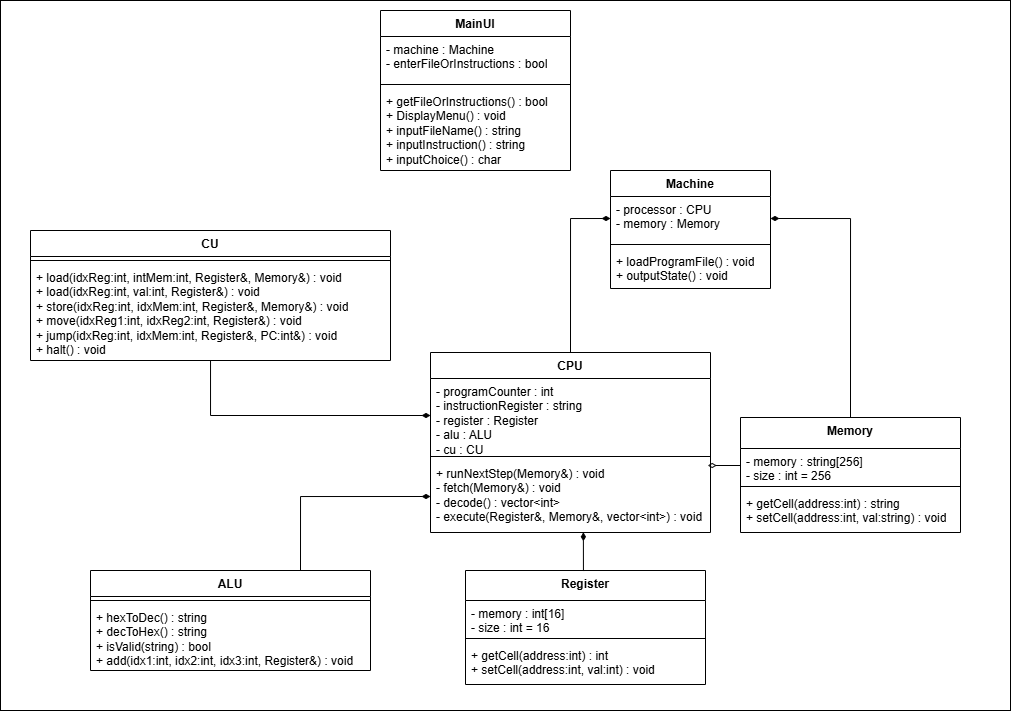
Earlier version of the draw.io export VoleMachineUMLClassDiagram.png (mohamedtarikz/VoleMachineSim). Source tidied: cells renumbered, new cells last; positions are measured from the earlier drawing's top-left corner, leaving out a move shared by most shapes.
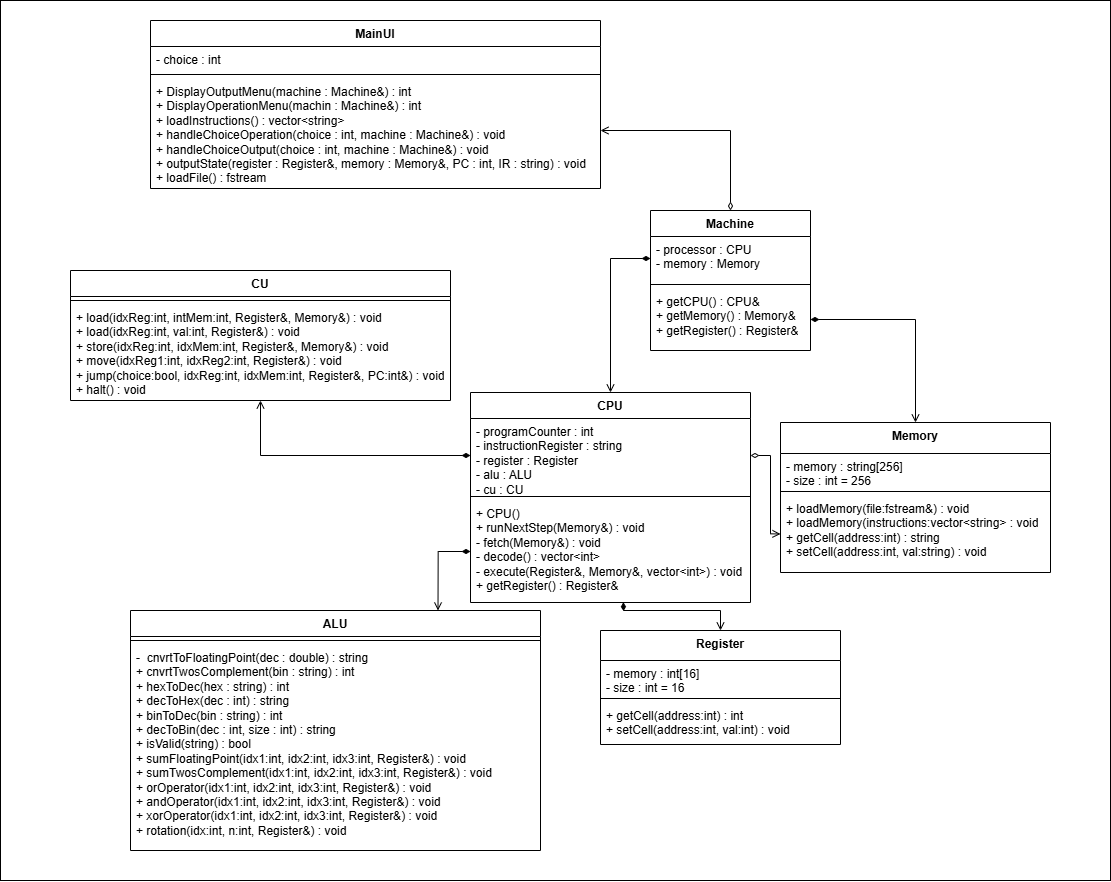
After the change.

Commit message:
UML Design - UPDATED

What changed in the source:
```diff
@@ -3,10 +3,10 @@
     <mxCell id="0" />
     <mxCell id="1" parent="0" />
     <mxCell id="2" style="whiteSpace=wrap;html=1;" parent="1" vertex="1">
-      <mxGeometry width="1010" height="710" as="geometry" />
+      <mxGeometry x="-40" y="-40" width="1110" height="880" as="geometry" />
     </mxCell>
     <mxCell id="3" value="CPU" style="swimlane;fontStyle=1;align=center;verticalAlign=top;horizontal=1;startSize=26;whiteSpace=wrap;html=1;" parent="1" vertex="1">
-      <mxGeometry x="430" y="352" width="280" height="180" as="geometry" />
+      <mxGeometry x="430" y="352" width="280" height="210" as="geometry" />
     </mxCell>
     <mxCell id="4" value="- programCounter : int&lt;div&gt;- instructionRegister : string&lt;br&gt;&lt;div&gt;- register : Register&lt;/div&gt;&lt;/div&gt;&lt;div&gt;- alu : ALU&lt;/div&gt;&lt;div&gt;- cu : CU&lt;/div&gt;" style="text;strokeColor=none;fillColor=none;align=left;verticalAlign=top;spacingLeft=4;spacingRight=4;overflow=hidden;points=[[0,0.5],[1,0.5]];portConstraint=eastwest;whiteSpace=wrap;html=1;" parent="3" vertex="1">
       <mxGeometry y="26" width="280" height="74" as="geometry" />
@@ -14,10 +14,10 @@
     <mxCell id="5" style="line;strokeWidth=1;fillColor=none;align=left;verticalAlign=middle;spacingTop=-1;spacingLeft=3;spacingRight=3;labelPosition=right;strokeColor=inherit;" parent="3" vertex="1">
       <mxGeometry y="100" width="280" height="8" as="geometry" />
     </mxCell>
-    <mxCell id="6" value="+ runNextStep(Memory&amp;amp;) : void&lt;div&gt;- fetch(Memory&amp;amp;) : void&lt;/div&gt;&lt;div&gt;- decode() : vector&amp;lt;int&amp;gt;&lt;/div&gt;&lt;div&gt;- execute(Register&amp;amp;, Memory&amp;amp;, vector&amp;lt;int&amp;gt;) : void&lt;/div&gt;" style="text;strokeColor=none;fillColor=none;align=left;verticalAlign=top;spacingLeft=4;spacingRight=4;overflow=hidden;points=[[0,0.5],[1,0.5]];portConstraint=eastwest;whiteSpace=wrap;html=1;" parent="3" vertex="1">
-      <mxGeometry y="108" width="280" height="72" as="geometry" />
+    <mxCell id="6" value="&lt;div&gt;+ CPU()&lt;/div&gt;+ runNextStep(Memory&amp;amp;) : void&lt;div&gt;- fetch(Memory&amp;amp;) : void&lt;/div&gt;&lt;div&gt;- decode() : vector&amp;lt;int&amp;gt;&lt;/div&gt;&lt;div&gt;- execute(Register&amp;amp;, Memory&amp;amp;, vector&amp;lt;int&amp;gt;) : void&lt;/div&gt;&lt;div&gt;+ getRegister() : Register&amp;amp;&lt;/div&gt;" style="text;strokeColor=none;fillColor=none;align=left;verticalAlign=top;spacingLeft=4;spacingRight=4;overflow=hidden;points=[[0,0.5],[1,0.5]];portConstraint=eastwest;whiteSpace=wrap;html=1;" parent="3" vertex="1">
+      <mxGeometry y="108" width="280" height="102" as="geometry" />
     </mxCell>
-    <mxCell id="7" style="edgeStyle=orthogonalEdgeStyle;rounded=0;jettySize=auto;html=1;exitX=0.5;exitY=0;exitDx=0;exitDy=0;entryX=0;entryY=0.5;entryDx=0;entryDy=0;endArrow=diamondThin;endFill=1;" parent="1" edge="1" source="3" target="26">
+    <mxCell id="7" style="edgeStyle=orthogonalEdgeStyle;rounded=0;jettySize=auto;html=1;exitX=0.5;exitY=0;exitDx=0;exitDy=0;entryX=0;entryY=0.5;entryDx=0;entryDy=0;endArrow=diamondThin;endFill=1;startArrow=open;startFill=0;" parent="1" edge="1" source="3" target="26">
       <mxGeometry relative="1" as="geometry">
         <Array as="points">
           <mxPoint x="570" y="352" />
@@ -25,27 +25,23 @@
         </Array>
       </mxGeometry>
     </mxCell>
-    <mxCell id="8" style="edgeStyle=orthogonalEdgeStyle;rounded=0;jettySize=auto;html=1;exitX=0.5;exitY=0;exitDx=0;exitDy=0;endArrow=diamondThin;endFill=1;entryX=1;entryY=0.5;entryDx=0;entryDy=0;" parent="1" edge="1" source="9" target="26">
-      <mxGeometry relative="1" as="geometry">
-        <Array as="points">
-          <mxPoint x="850" y="218" />
-        </Array>
-      </mxGeometry>
-    </mxCell>
+    <mxCell id="35" style="edgeStyle=orthogonalEdgeStyle;rounded=0;jettySize=auto;html=1;entryX=1;entryY=0.5;entryDx=0;entryDy=0;endArrow=diamondThin;endFill=1;startArrow=open;startFill=0;" parent="1" edge="1" source="9" target="28">
+      <mxGeometry relative="1" as="geometry" />
+    </mxCell>
     <mxCell id="9" value="Memory" style="swimlane;fontStyle=1;align=center;verticalAlign=top;horizontal=1;startSize=31;whiteSpace=wrap;html=1;" parent="1" vertex="1">
-      <mxGeometry x="740" y="417" width="220" height="115" as="geometry" />
+      <mxGeometry x="740" y="382" width="270" height="150" as="geometry" />
     </mxCell>
     <mxCell id="10" value="- memory : string[256]&lt;div&gt;- size : int = 256&lt;/div&gt;" style="text;strokeColor=none;fillColor=none;align=left;verticalAlign=top;spacingLeft=4;spacingRight=4;overflow=hidden;points=[[0,0.5],[1,0.5]];portConstraint=eastwest;whiteSpace=wrap;html=1;" parent="9" vertex="1">
-      <mxGeometry y="31" width="220" height="34" as="geometry" />
+      <mxGeometry y="31" width="270" height="34" as="geometry" />
     </mxCell>
     <mxCell id="11" style="line;strokeWidth=1;fillColor=none;align=left;verticalAlign=middle;spacingTop=-1;spacingLeft=3;spacingRight=3;labelPosition=right;strokeColor=inherit;" parent="9" vertex="1">
-      <mxGeometry y="65" width="220" height="8" as="geometry" />
+      <mxGeometry y="65" width="270" height="8" as="geometry" />
     </mxCell>
-    <mxCell id="12" value="+ getCell(address:int) : string&lt;div&gt;+ setCell(address:int, val:string) : void&lt;/div&gt;" style="text;strokeColor=none;fillColor=none;align=left;verticalAlign=top;spacingLeft=4;spacingRight=4;overflow=hidden;points=[[0,0.5],[1,0.5]];portConstraint=eastwest;whiteSpace=wrap;html=1;" parent="9" vertex="1">
-      <mxGeometry y="73" width="220" height="42" as="geometry" />
+    <mxCell id="12" value="&lt;div&gt;+ loadMemory(file:fstream&amp;amp;) : void&lt;/div&gt;&lt;div&gt;+ loadMemory(instructions:vector&amp;lt;string&amp;gt; : void&lt;/div&gt;+ getCell(address:int) : string&lt;div&gt;+ setCell(address:int, val:string) : void&lt;/div&gt;" style="text;strokeColor=none;fillColor=none;align=left;verticalAlign=top;spacingLeft=4;spacingRight=4;overflow=hidden;points=[[0,0.5],[1,0.5]];portConstraint=eastwest;whiteSpace=wrap;html=1;" parent="9" vertex="1">
+      <mxGeometry y="73" width="270" height="77" as="geometry" />
     </mxCell>
     <mxCell id="13" value="Register" style="swimlane;fontStyle=1;align=center;verticalAlign=top;horizontal=1;startSize=30;whiteSpace=wrap;html=1;" parent="1" vertex="1">
-      <mxGeometry x="465" y="570" width="240" height="114" as="geometry" />
+      <mxGeometry x="560" y="590" width="240" height="114" as="geometry" />
     </mxCell>
     <mxCell id="14" value="- memory : int[16]&lt;div&gt;- size : int = 16&lt;/div&gt;" style="text;strokeColor=none;fillColor=none;align=left;verticalAlign=top;spacingLeft=4;spacingRight=4;overflow=hidden;whiteSpace=wrap;html=1;" parent="13" vertex="1">
       <mxGeometry y="30" width="240" height="34" as="geometry" />
@@ -56,32 +52,32 @@
     <mxCell id="16" value="+ getCell(address:int) : int&lt;div&gt;+ setCell(address:int, val:int) : void&lt;/div&gt;" style="text;strokeColor=none;fillColor=none;align=left;verticalAlign=top;spacingLeft=4;spacingRight=4;overflow=hidden;whiteSpace=wrap;html=1;" parent="13" vertex="1">
       <mxGeometry y="72" width="240" height="42" as="geometry" />
     </mxCell>
-    <mxCell id="17" style="edgeStyle=orthogonalEdgeStyle;rounded=0;jettySize=auto;html=1;exitX=0.75;exitY=0;exitDx=0;exitDy=0;entryX=0;entryY=0.5;entryDx=0;entryDy=0;endArrow=diamondThin;endFill=1;" parent="1" edge="1" source="18" target="6">
+    <mxCell id="17" style="edgeStyle=orthogonalEdgeStyle;rounded=0;jettySize=auto;html=1;exitX=0.75;exitY=0;exitDx=0;exitDy=0;entryX=0;entryY=0.5;entryDx=0;entryDy=0;endArrow=diamondThin;endFill=1;startArrow=open;startFill=0;" parent="1" edge="1" source="18" target="6">
       <mxGeometry relative="1" as="geometry" />
     </mxCell>
     <mxCell id="18" value="ALU" style="swimlane;fontStyle=1;align=center;verticalAlign=top;horizontal=1;startSize=26;whiteSpace=wrap;html=1;" parent="1" vertex="1">
-      <mxGeometry x="90" y="570" width="280" height="100" as="geometry" />
+      <mxGeometry x="90" y="570" width="410" height="240" as="geometry" />
     </mxCell>
     <mxCell id="19" style="line;strokeWidth=1;fillColor=none;align=left;verticalAlign=middle;spacingTop=-1;spacingLeft=3;spacingRight=3;labelPosition=right;strokeColor=inherit;" parent="18" vertex="1">
-      <mxGeometry y="26" width="280" height="8" as="geometry" />
+      <mxGeometry y="26" width="410" height="8" as="geometry" />
     </mxCell>
-    <mxCell id="20" value="+ hexToDec() : string&lt;div&gt;+ decToHex() : string&lt;/div&gt;&lt;div&gt;+ isValid(string) : bool&lt;/div&gt;&lt;div&gt;+ add(idx1:int, idx2:int, idx3:int, Register&amp;amp;) : void&amp;nbsp;&lt;/div&gt;" style="text;strokeColor=none;fillColor=none;align=left;verticalAlign=top;spacingLeft=4;spacingRight=4;overflow=hidden;whiteSpace=wrap;html=1;" parent="18" vertex="1">
-      <mxGeometry y="34" width="280" height="66" as="geometry" />
+    <mxCell id="20" value="&lt;div&gt;-&amp;nbsp; cnvrtToFloatingPoint(dec : double) : string&lt;/div&gt;&lt;div&gt;+ cnvrtTwosComplement(bin : string) : int&lt;/div&gt;+ hexToDec(hex : string) : int&lt;div&gt;+ decToHex(dec : int) : string&lt;/div&gt;&lt;div&gt;+ binToDec(bin : string) : int&lt;/div&gt;&lt;div&gt;+ decToBin(dec : int, size : int) : string&lt;/div&gt;&lt;div&gt;+ isValid(string) : bool&lt;/div&gt;&lt;div&gt;+ sumFloatingPoint(idx1:int, idx2:int, idx3:int, Register&amp;amp;) : void&lt;/div&gt;&lt;div&gt;+ sumTwosComplement(idx1:int, idx2:int, idx3:int, Register&amp;amp;) : void&lt;/div&gt;&lt;div&gt;+ orOperator(&lt;span style=&quot;background-color: initial;&quot;&gt;idx1:int, idx2:int, idx3:int, Register&amp;amp;) : void&lt;/span&gt;&lt;/div&gt;&lt;div&gt;&lt;span style=&quot;background-color: initial;&quot;&gt;+ andOperator&lt;/span&gt;&lt;span style=&quot;background-color: initial;&quot;&gt;(idx1:int, idx2:int, idx3:int, Register&amp;amp;) : void&lt;/span&gt;&lt;/div&gt;&lt;div&gt;&lt;span style=&quot;background-color: initial;&quot;&gt;+ xorOperator&lt;/span&gt;&lt;span style=&quot;background-color: initial;&quot;&gt;(idx1:int, idx2:int, idx3:int, Register&amp;amp;) : void&lt;/span&gt;&lt;/div&gt;&lt;div&gt;&lt;span style=&quot;background-color: initial;&quot;&gt;+ rotation(idx:int, n:int, Register&amp;amp;) : void&lt;/span&gt;&lt;/div&gt;" style="text;strokeColor=none;fillColor=none;align=left;verticalAlign=top;spacingLeft=4;spacingRight=4;overflow=hidden;whiteSpace=wrap;html=1;" parent="18" vertex="1">
+      <mxGeometry y="34" width="410" height="206" as="geometry" />
     </mxCell>
     <mxCell id="21" value="MainUI" style="swimlane;fontStyle=1;align=center;verticalAlign=top;horizontal=1;startSize=26;whiteSpace=wrap;html=1;" parent="1" vertex="1">
-      <mxGeometry x="380" y="10" width="190" height="160" as="geometry" />
+      <mxGeometry x="110" y="-20" width="450" height="168" as="geometry" />
     </mxCell>
-    <mxCell id="22" value="&lt;div&gt;- machine : Machine&lt;/div&gt;&lt;div&gt;- enterFileOrInstructions : bool&lt;/div&gt;" style="text;strokeColor=none;fillColor=none;align=left;verticalAlign=top;spacingLeft=4;spacingRight=4;overflow=hidden;whiteSpace=wrap;html=1;" parent="21" vertex="1">
-      <mxGeometry y="26" width="190" height="44" as="geometry" />
+    <mxCell id="22" value="- choice : int" style="text;strokeColor=none;fillColor=none;align=left;verticalAlign=top;spacingLeft=4;spacingRight=4;overflow=hidden;whiteSpace=wrap;html=1;" parent="21" vertex="1">
+      <mxGeometry y="26" width="450" height="24" as="geometry" />
     </mxCell>
     <mxCell id="23" style="line;strokeWidth=1;fillColor=none;align=left;verticalAlign=middle;spacingTop=-1;spacingLeft=3;spacingRight=3;labelPosition=right;strokeColor=inherit;" parent="21" vertex="1">
-      <mxGeometry y="70" width="190" height="8" as="geometry" />
+      <mxGeometry y="50" width="450" height="8" as="geometry" />
     </mxCell>
-    <mxCell id="24" value="&lt;div&gt;&lt;span style=&quot;background-color: initial;&quot;&gt;+ getFileOrInstructions() : bool&lt;/span&gt;&lt;/div&gt;+ DisplayMenu() : void&lt;div&gt;+ inputFileName() : string&lt;div&gt;+ inputInstruction() : string&lt;/div&gt;&lt;div&gt;+ inputChoice() : char&lt;/div&gt;&lt;/div&gt;" style="text;strokeColor=none;fillColor=none;align=left;verticalAlign=top;spacingLeft=4;spacingRight=4;overflow=hidden;points=[[0,0.5],[1,0.5]];portConstraint=eastwest;whiteSpace=wrap;html=1;" parent="21" vertex="1">
-      <mxGeometry y="78" width="190" height="82" as="geometry" />
+    <mxCell id="24" value="+ DisplayOutputMenu(machine : Machine&amp;amp;) : int&lt;div&gt;+ DisplayOperationMenu(machin : Machine&amp;amp;) : int&lt;/div&gt;&lt;div&gt;+ loadInstructions() : vector&amp;lt;string&amp;gt;&lt;/div&gt;&lt;div&gt;+ handleChoiceOperation(choice : int, machine : Machine&amp;amp;) : void&lt;/div&gt;&lt;div&gt;+ handleChoiceOutput(choice : int, machine : Machine&amp;amp;) : void&lt;/div&gt;&lt;div&gt;+ outputState(register : Register&amp;amp;, memory : Memory&amp;amp;, PC : int, IR : string) : void&lt;/div&gt;&lt;div&gt;+ loadFile() : fstream&lt;/div&gt;" style="text;strokeColor=none;fillColor=none;align=left;verticalAlign=top;spacingLeft=4;spacingRight=4;overflow=hidden;points=[[0,0.5],[1,0.5]];portConstraint=eastwest;whiteSpace=wrap;html=1;" parent="21" vertex="1">
+      <mxGeometry y="58" width="450" height="110" as="geometry" />
     </mxCell>
     <mxCell id="25" value="Machine" style="swimlane;fontStyle=1;align=center;verticalAlign=top;horizontal=1;startSize=26;whiteSpace=wrap;html=1;" parent="1" vertex="1">
-      <mxGeometry x="610" y="170" width="160" height="118" as="geometry" />
+      <mxGeometry x="610" y="170" width="160" height="140" as="geometry" />
     </mxCell>
     <mxCell id="26" value="- processor : CPU&lt;div&gt;- memory : Memory&lt;/div&gt;" style="text;strokeColor=none;fillColor=none;align=left;verticalAlign=top;spacingLeft=4;spacingRight=4;overflow=hidden;points=[[0,0.5],[1,0.5]];portConstraint=eastwest;whiteSpace=wrap;html=1;" parent="25" vertex="1">
       <mxGeometry y="26" width="160" height="44" as="geometry" />
@@ -89,26 +85,38 @@
     <mxCell id="27" style="line;strokeWidth=1;fillColor=none;align=left;verticalAlign=middle;spacingTop=-1;spacingLeft=3;spacingRight=3;labelPosition=right;strokeColor=inherit;" parent="25" vertex="1">
       <mxGeometry y="70" width="160" height="8" as="geometry" />
     </mxCell>
-    <mxCell id="28" value="&lt;div&gt;+ loadProgramFile() : void&lt;/div&gt;&lt;div&gt;+ outputState() : void&lt;/div&gt;" style="text;strokeColor=none;fillColor=none;align=left;verticalAlign=top;spacingLeft=4;spacingRight=4;overflow=hidden;points=[[0,0.5],[1,0.5]];portConstraint=eastwest;whiteSpace=wrap;html=1;" parent="25" vertex="1">
-      <mxGeometry y="78" width="160" height="40" as="geometry" />
+    <mxCell id="28" value="&lt;div&gt;+ getCPU() : CPU&amp;amp;&lt;/div&gt;&lt;div&gt;+ getMemory() : Memory&amp;amp;&lt;/div&gt;&lt;div&gt;+ getRegister() : Register&amp;amp;&lt;/div&gt;" style="text;strokeColor=none;fillColor=none;align=left;verticalAlign=top;spacingLeft=4;spacingRight=4;overflow=hidden;points=[[0,0.5],[1,0.5]];portConstraint=eastwest;whiteSpace=wrap;html=1;" parent="25" vertex="1">
+      <mxGeometry y="78" width="160" height="62" as="geometry" />
     </mxCell>
-    <mxCell id="29" style="edgeStyle=orthogonalEdgeStyle;rounded=0;jettySize=auto;html=1;exitX=0;exitY=0.5;exitDx=0;exitDy=0;entryX=0.99;entryY=0.059;entryDx=0;entryDy=0;entryPerimeter=0;endArrow=diamondThin;endFill=0;" parent="1" edge="1" source="10" target="6">
-      <mxGeometry relative="1" as="geometry" />
-    </mxCell>
-    <mxCell id="30" style="edgeStyle=orthogonalEdgeStyle;rounded=0;jettySize=auto;html=1;exitX=0.5;exitY=0;exitDx=0;exitDy=0;entryX=0.546;entryY=0.997;entryDx=0;entryDy=0;entryPerimeter=0;endArrow=diamondThin;endFill=1;" parent="1" edge="1" source="13" target="6">
+    <mxCell id="30" style="edgeStyle=orthogonalEdgeStyle;rounded=0;jettySize=auto;html=1;exitX=0.5;exitY=0;exitDx=0;exitDy=0;entryX=0.546;entryY=0.997;entryDx=0;entryDy=0;entryPerimeter=0;endArrow=diamondThin;endFill=1;startArrow=open;startFill=0;" parent="1" edge="1" source="13" target="6">
       <mxGeometry relative="1" as="geometry" />
     </mxCell>
-    <mxCell id="31" style="edgeStyle=orthogonalEdgeStyle;rounded=0;jettySize=auto;html=1;entryX=0;entryY=0.5;entryDx=0;entryDy=0;endArrow=diamondThin;endFill=1;" parent="1" edge="1" source="32" target="4">
+    <mxCell id="31" style="edgeStyle=orthogonalEdgeStyle;rounded=0;jettySize=auto;html=1;entryX=0;entryY=0.5;entryDx=0;entryDy=0;endArrow=diamondThin;endFill=1;startArrow=open;startFill=0;" parent="1" edge="1" source="32" target="4">
       <mxGeometry relative="1" as="geometry" />
     </mxCell>
     <mxCell id="32" value="CU" style="swimlane;fontStyle=1;align=center;verticalAlign=top;horizontal=1;startSize=26;whiteSpace=wrap;html=1;" parent="1" vertex="1">
-      <mxGeometry x="30" y="230" width="360" height="130" as="geometry" />
+      <mxGeometry x="30" y="230" width="380" height="130" as="geometry" />
     </mxCell>
     <mxCell id="33" style="line;strokeWidth=1;fillColor=none;align=left;verticalAlign=middle;spacingTop=-1;spacingLeft=3;spacingRight=3;labelPosition=right;strokeColor=inherit;" parent="32" vertex="1">
-      <mxGeometry y="26" width="360" height="8" as="geometry" />
+      <mxGeometry y="26" width="380" height="8" as="geometry" />
     </mxCell>
-    <mxCell id="34" value="+ load(idxReg:int, intMem:int, Register&amp;amp;, Memory&amp;amp;) : void&lt;div&gt;+ load(idxReg:int, val:int, Register&amp;amp;) : void&lt;/div&gt;&lt;div&gt;+ store(idxReg:int, idxMem:int, Register&amp;amp;, Memory&amp;amp;) : void&lt;/div&gt;&lt;div&gt;+ move(idxReg1:int, idxReg2:int, Register&amp;amp;) : void&lt;/div&gt;&lt;div&gt;+ jump(idxReg:int, idxMem:int, Register&amp;amp;, PC:int&amp;amp;) : void&lt;/div&gt;&lt;div&gt;+ halt() : void&lt;/div&gt;" style="text;strokeColor=none;fillColor=none;align=left;verticalAlign=top;spacingLeft=4;spacingRight=4;overflow=hidden;whiteSpace=wrap;html=1;" parent="32" vertex="1">
-      <mxGeometry y="34" width="360" height="96" as="geometry" />
+    <mxCell id="34" value="&lt;div&gt;&lt;span style=&quot;background-color: initial;&quot;&gt;+ load(idxReg:int, intMem:int, Register&amp;amp;, Memory&amp;amp;) : void&lt;/span&gt;&lt;/div&gt;&lt;div&gt;+ load(idxReg:int, val:int, Register&amp;amp;) : void&lt;/div&gt;&lt;div&gt;+ store(idxReg:int, idxMem:int, Register&amp;amp;, Memory&amp;amp;) : void&lt;/div&gt;&lt;div&gt;+ move(idxReg1:int, idxReg2:int, Register&amp;amp;) : void&lt;/div&gt;&lt;div&gt;+ jump(choice:bool, idxReg:int, idxMem:int, Register&amp;amp;, PC:int&amp;amp;) : void&lt;/div&gt;&lt;div&gt;+ halt() : void&lt;/div&gt;" style="text;strokeColor=none;fillColor=none;align=left;verticalAlign=top;spacingLeft=4;spacingRight=4;overflow=hidden;whiteSpace=wrap;html=1;" parent="32" vertex="1">
+      <mxGeometry y="34" width="380" height="96" as="geometry" />
     </mxCell>
+    <mxCell id="36" style="edgeStyle=orthogonalEdgeStyle;rounded=0;jettySize=auto;html=1;endArrow=diamondThin;endFill=0;strokeColor=default;flowAnimation=0;shadow=0;startArrow=open;startFill=0;" parent="1" edge="1" source="24" target="25">
+      <mxGeometry relative="1" as="geometry">
+        <Array as="points">
+          <mxPoint x="690" y="90" />
+        </Array>
+      </mxGeometry>
+    </mxCell>
+    <mxCell id="37" style="edgeStyle=orthogonalEdgeStyle;rounded=0;jettySize=auto;html=1;exitX=0;exitY=0.5;exitDx=0;exitDy=0;entryX=1;entryY=0.5;entryDx=0;entryDy=0;endArrow=diamondThin;endFill=0;startArrow=open;startFill=0;" parent="1" edge="1" source="12" target="4">
+      <mxGeometry relative="1" as="geometry">
+        <Array as="points">
+          <mxPoint x="730" y="494" />
+          <mxPoint x="730" y="415" />
+        </Array>
+      </mxGeometry>
+    </mxCell>
   </root>
 </mxGraphModel>
```
